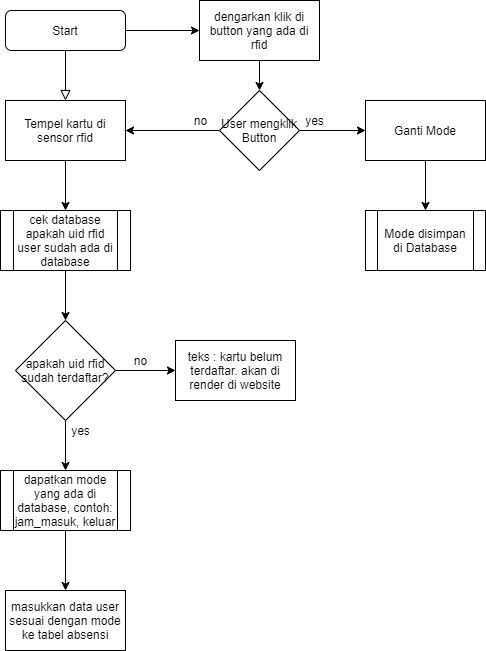
Above: alur-penggunaan.png in dzulfiqaryusuf/rfid-sistemabsensi-ewallet (draw.io), before the change. Source tidied: cells renumbered, new cells last; positions are measured from the earlier drawing's top-left corner, leaving out a move shared by most shapes.
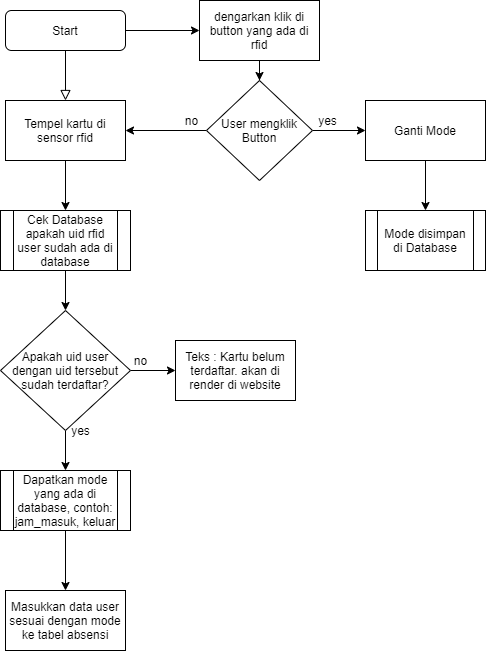
After the commit.

What changed in the source:
```diff
@@ -22,7 +22,7 @@
     <mxCell id="7" style="edgeStyle=orthogonalEdgeStyle;rounded=0;jettySize=auto;html=1;" parent="1" edge="1" source="8" target="11">
       <mxGeometry relative="1" as="geometry" />
     </mxCell>
-    <mxCell id="8" value="cek database apakah uid rfid user sudah ada di database" style="shape=process;whiteSpace=wrap;html=1;backgroundOutline=1;" parent="1" vertex="1">
+    <mxCell id="8" value="Cek Database apakah uid rfid user sudah ada di database" style="shape=process;whiteSpace=wrap;html=1;backgroundOutline=1;" parent="1" vertex="1">
       <mxGeometry y="210" width="130" height="60" as="geometry" />
     </mxCell>
     <mxCell id="9" style="edgeStyle=orthogonalEdgeStyle;rounded=0;jettySize=auto;html=1;entryX=0.5;entryY=0;entryDx=0;entryDy=0;" parent="1" edge="1" source="11">
@@ -33,13 +33,13 @@
     <mxCell id="10" style="edgeStyle=orthogonalEdgeStyle;rounded=0;jettySize=auto;html=1;entryX=0;entryY=0.5;entryDx=0;entryDy=0;" parent="1" edge="1" source="11" target="13">
       <mxGeometry relative="1" as="geometry" />
     </mxCell>
-    <mxCell id="11" value="apakah uid rfid sudah terdaftar?" style="rhombus;whiteSpace=wrap;html=1;" parent="1" vertex="1">
-      <mxGeometry x="15" y="320" width="100" height="100" as="geometry" />
+    <mxCell id="11" value="Apakah uid user dengan uid tersebut sudah terdaftar?" style="rhombus;whiteSpace=wrap;html=1;" parent="1" vertex="1">
+      <mxGeometry y="310" width="130" height="120" as="geometry" />
     </mxCell>
     <mxCell id="12" value="yes" style="text;html=1;align=center;verticalAlign=middle;" parent="1" vertex="1">
       <mxGeometry x="65" y="420" width="30" height="20" as="geometry" />
     </mxCell>
-    <mxCell id="13" value="teks : kartu belum terdaftar. akan di render di website" style="rounded=0;whiteSpace=wrap;html=1;" parent="1" vertex="1">
+    <mxCell id="13" value="Teks : Kartu belum terdaftar. akan di render di website" style="rounded=0;whiteSpace=wrap;html=1;" parent="1" vertex="1">
       <mxGeometry x="175" y="340" width="120" height="60" as="geometry" />
     </mxCell>
     <mxCell id="14" value="no" style="text;html=1;align=center;verticalAlign=middle;" parent="1" vertex="1">
@@ -48,10 +48,10 @@
     <mxCell id="15" style="edgeStyle=orthogonalEdgeStyle;rounded=0;jettySize=auto;html=1;entryX=0.5;entryY=0;entryDx=0;entryDy=0;" parent="1" edge="1" source="16" target="17">
       <mxGeometry relative="1" as="geometry" />
     </mxCell>
-    <mxCell id="16" value="&lt;span&gt;dapatkan mode yang ada di database, contoh: jam_masuk, keluar&lt;/span&gt;" style="shape=process;whiteSpace=wrap;html=1;backgroundOutline=1;" parent="1" vertex="1">
+    <mxCell id="16" value="&lt;span&gt;Dapatkan mode yang ada di database, contoh: jam_masuk, keluar&lt;/span&gt;" style="shape=process;whiteSpace=wrap;html=1;backgroundOutline=1;" parent="1" vertex="1">
       <mxGeometry y="470" width="130" height="60" as="geometry" />
     </mxCell>
-    <mxCell id="17" value="masukkan data user sesuai dengan mode ke tabel absensi" style="rounded=0;whiteSpace=wrap;html=1;" parent="1" vertex="1">
+    <mxCell id="17" value="Masukkan data user sesuai dengan mode ke tabel absensi" style="rounded=0;whiteSpace=wrap;html=1;" parent="1" vertex="1">
       <mxGeometry x="5" y="590" width="120" height="60" as="geometry" />
     </mxCell>
     <mxCell id="18" style="edgeStyle=orthogonalEdgeStyle;rounded=0;jettySize=auto;html=1;entryX=0.5;entryY=0;entryDx=0;entryDy=0;" parent="1" edge="1" source="19" target="22">
@@ -67,13 +67,13 @@
       <mxGeometry relative="1" as="geometry" />
     </mxCell>
     <mxCell id="22" value="User mengklik Button" style="rhombus;whiteSpace=wrap;html=1;" parent="1" vertex="1">
-      <mxGeometry x="219" y="90" width="80" height="80" as="geometry" />
+      <mxGeometry x="206" y="80" width="106" height="100" as="geometry" />
     </mxCell>
     <mxCell id="23" value="no" style="text;html=1;align=center;verticalAlign=middle;" parent="1" vertex="1">
-      <mxGeometry x="185" y="110" width="30" height="20" as="geometry" />
+      <mxGeometry x="176" y="110" width="30" height="20" as="geometry" />
     </mxCell>
     <mxCell id="24" value="yes" style="text;html=1;align=center;verticalAlign=middle;" parent="1" vertex="1">
-      <mxGeometry x="299" y="110" width="30" height="20" as="geometry" />
+      <mxGeometry x="312" y="110" width="30" height="20" as="geometry" />
     </mxCell>
     <mxCell id="25" style="edgeStyle=orthogonalEdgeStyle;rounded=0;jettySize=auto;html=1;" parent="1" edge="1" source="26" target="27">
       <mxGeometry relative="1" as="geometry" />
```
